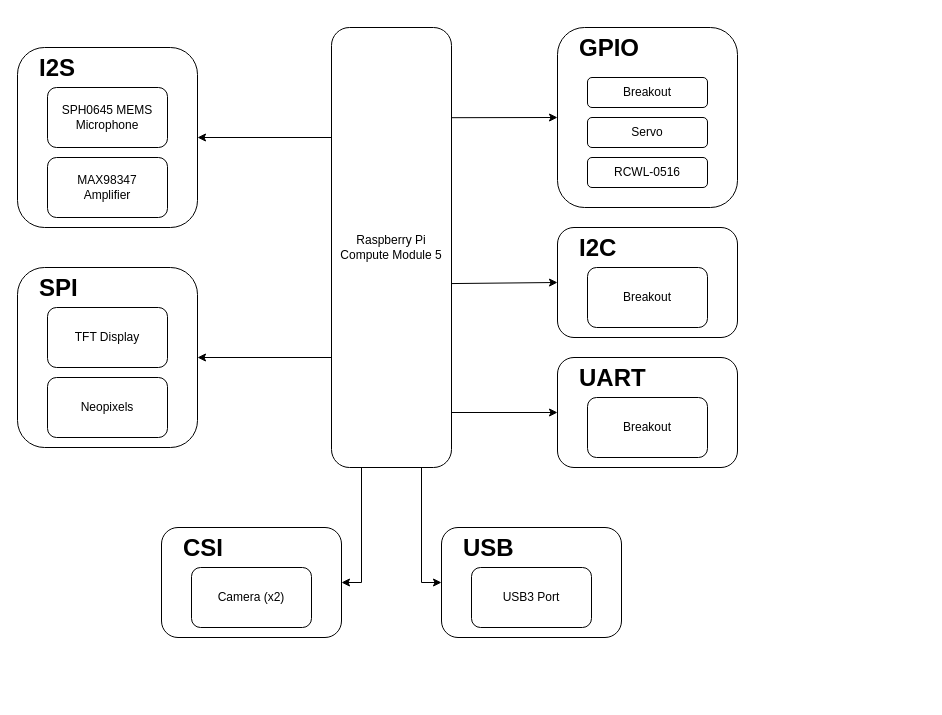
Above: circuits/CM5 Modules.drawio in makerforgetech/modular-biped (draw.io), before the change. Source tidied: cells renumbered, new cells numbered last; positions are measured from the earlier drawing's top-left corner, leaving out a move shared by most shapes. Both pictures are drawn from the tidied source at 100%, with x=0, y=0 at pixel (17, 27).
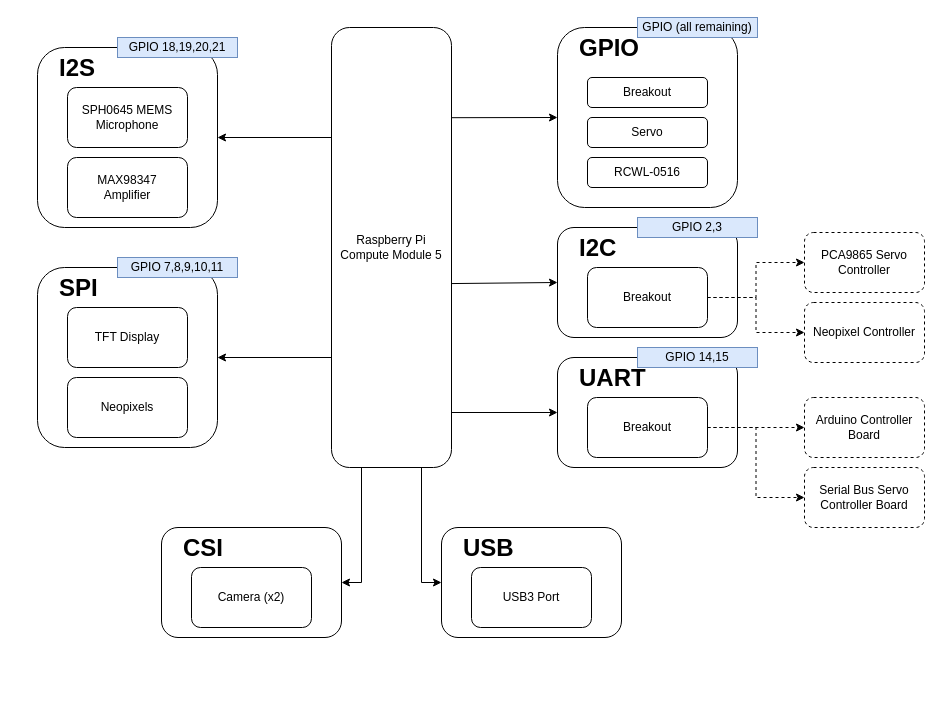
The same diagram, later.

The change refers to these unchanged cells:
```xml
<mxCell id="15" value="Breakout" style="rounded=1;whiteSpace=wrap;html=1;" parent="1" vertex="1">
  <mxGeometry x="570" y="240" width="120" height="60" as="geometry" />
</mxCell>
<mxCell id="18" value="Breakout" style="rounded=1;whiteSpace=wrap;html=1;" parent="1" vertex="1">
  <mxGeometry x="570" y="370" width="120" height="60" as="geometry" />
</mxCell>
```

What changed in the source:
```diff
@@
+    <mxCell id="38" style="edgeStyle=orthogonalEdgeStyle;rounded=0;jettySize=auto;html=1;exitX=1;exitY=0.5;exitDx=0;exitDy=0;entryX=0;entryY=0.5;entryDx=0;entryDy=0;dashed=1;" parent="1" edge="1" source="15" target="47">
+      <mxGeometry relative="1" as="geometry" />
+    </mxCell>
+    <mxCell id="39" style="edgeStyle=orthogonalEdgeStyle;rounded=0;jettySize=auto;html=1;exitX=1;exitY=0.5;exitDx=0;exitDy=0;entryX=0;entryY=0.5;entryDx=0;entryDy=0;dashed=1;" parent="1" edge="1" source="15" target="48">
+      <mxGeometry relative="1" as="geometry" />
+    </mxCell>
@@
+    <mxCell id="40" style="edgeStyle=orthogonalEdgeStyle;rounded=0;jettySize=auto;html=1;exitX=1;exitY=0.5;exitDx=0;exitDy=0;entryX=0;entryY=0.5;entryDx=0;entryDy=0;dashed=1;" parent="1" edge="1" source="18" target="49">
+      <mxGeometry relative="1" as="geometry" />
+    </mxCell>
+    <mxCell id="41" style="edgeStyle=orthogonalEdgeStyle;rounded=0;jettySize=auto;html=1;exitX=1;exitY=0.5;exitDx=0;exitDy=0;entryX=0;entryY=0.5;entryDx=0;entryDy=0;dashed=1;" parent="1" edge="1" source="18" target="50">
+      <mxGeometry relative="1" as="geometry" />
+    </mxCell>
@@
     <mxCell id="20" style="group;" parent="1" vertex="1">
-      <mxGeometry y="240" width="180" height="180" as="geometry" />
+      <mxGeometry x="20" y="240" width="180" height="180" as="geometry" />
     </mxCell>
@@
     <mxCell id="25" style="group;" parent="1" vertex="1">
-      <mxGeometry y="20" width="180" height="180" as="geometry" />
+      <mxGeometry x="20" y="20" width="190" height="180" as="geometry" />
     </mxCell>
@@
+    <mxCell id="42" value="GPIO 7,8,9,10,11" style="rounded=0;whiteSpace=wrap;html=1;fillColor=#dae8fc;strokeColor=#6c8ebf;" parent="1" vertex="1">
+      <mxGeometry x="100" y="230" width="120" height="20" as="geometry" />
+    </mxCell>
+    <mxCell id="43" value="GPIO 2,3" style="rounded=0;whiteSpace=wrap;html=1;fillColor=#dae8fc;strokeColor=#6c8ebf;" parent="1" vertex="1">
+      <mxGeometry x="620" y="190" width="120" height="20" as="geometry" />
+    </mxCell>
+    <mxCell id="44" value="GPIO 14,15" style="rounded=0;whiteSpace=wrap;html=1;fillColor=#dae8fc;strokeColor=#6c8ebf;" parent="1" vertex="1">
+      <mxGeometry x="620" y="320" width="120" height="20" as="geometry" />
+    </mxCell>
+    <mxCell id="45" value="GPIO 18,19,20,21" style="rounded=0;whiteSpace=wrap;html=1;fillColor=#dae8fc;strokeColor=#6c8ebf;" parent="1" vertex="1">
+      <mxGeometry x="100" y="10" width="120" height="20" as="geometry" />
+    </mxCell>
+    <mxCell id="46" value="GPIO (all remaining)" style="rounded=0;whiteSpace=wrap;html=1;fillColor=#dae8fc;strokeColor=#6c8ebf;" parent="1" vertex="1">
+      <mxGeometry x="620" y="-10" width="120" height="20" as="geometry" />
+    </mxCell>
+    <mxCell id="47" value="PCA9865 Servo&lt;br&gt;Controller" style="rounded=1;whiteSpace=wrap;html=1;dashed=1;" parent="1" vertex="1">
+      <mxGeometry x="787" y="205" width="120" height="60" as="geometry" />
+    </mxCell>
+    <mxCell id="48" value="Neopixel Controller" style="rounded=1;whiteSpace=wrap;html=1;dashed=1;" parent="1" vertex="1">
+      <mxGeometry x="787" y="275" width="120" height="60" as="geometry" />
+    </mxCell>
+    <mxCell id="49" value="Arduino Controller Board" style="rounded=1;whiteSpace=wrap;html=1;dashed=1;" parent="1" vertex="1">
+      <mxGeometry x="787" y="370" width="120" height="60" as="geometry" />
+    </mxCell>
+    <mxCell id="50" value="Serial Bus Servo Controller Board" style="rounded=1;whiteSpace=wrap;html=1;dashed=1;" parent="1" vertex="1">
+      <mxGeometry x="787" y="440" width="120" height="60" as="geometry" />
+    </mxCell>
```
